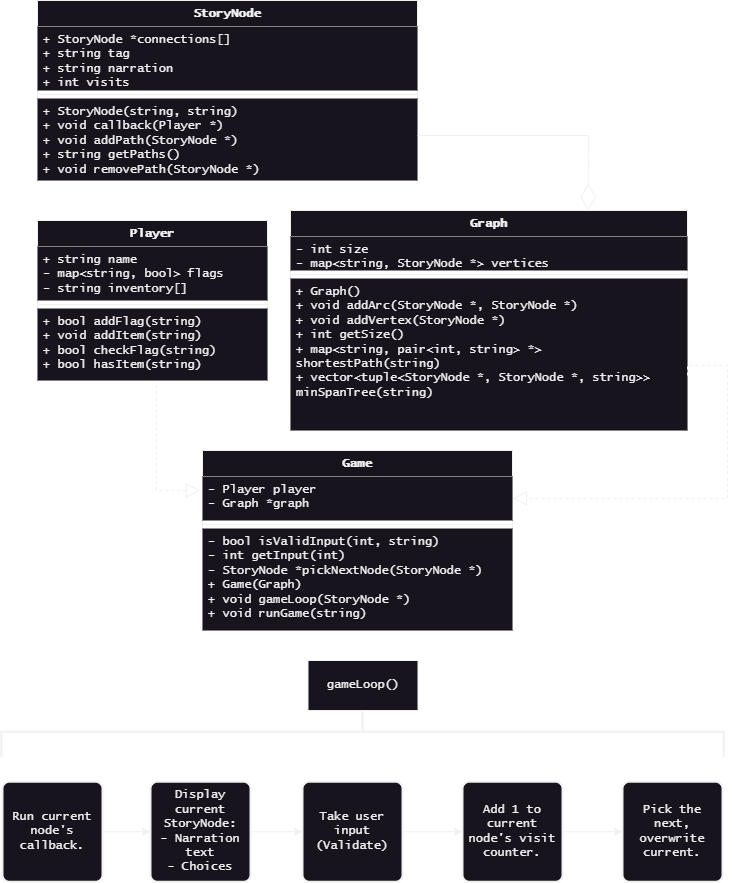
Before: readme_src/uml_design.png, a diagram exported from draw.io (crane-9/cs260). Source tidied: cells renumbered, new cells last; positions are measured from the earlier drawing's top-left corner, leaving out a move shared by most shapes.
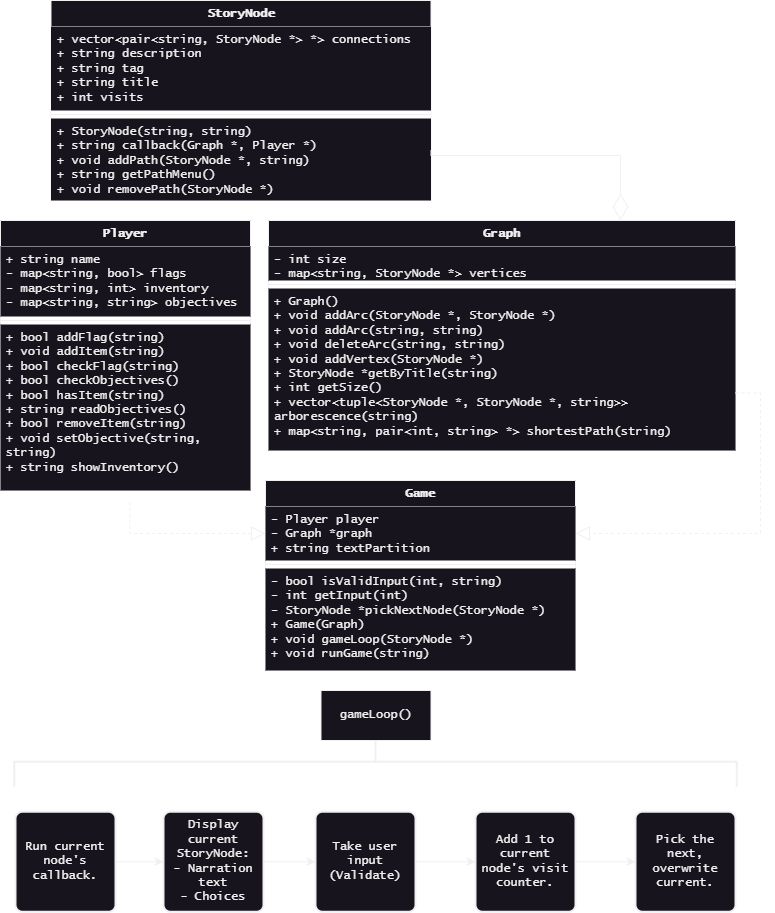
Later version of the same file.

Change to the diagram source:
```diff
@@ -3,40 +3,40 @@
     <mxCell id="0" />
     <mxCell id="1" parent="0" />
     <mxCell id="2" value="Player" style="swimlane;fontStyle=1;align=center;verticalAlign=top;horizontal=1;startSize=26;whiteSpace=wrap;html=1;fontFamily=Lucida Console;fillColor=default;" parent="1" vertex="1">
-      <mxGeometry x="35" y="220" width="230" height="160" as="geometry" />
+      <mxGeometry x="-15" y="190" width="250" height="270" as="geometry" />
     </mxCell>
-    <mxCell id="3" value="+ string name&lt;br&gt;- map&amp;lt;string, bool&amp;gt; flags&lt;br&gt;- string inventory[]" style="text;strokeColor=none;fillColor=default;align=left;verticalAlign=top;spacingLeft=4;spacingRight=4;overflow=hidden;whiteSpace=wrap;html=1;fontFamily=Lucida Console;" parent="2" vertex="1">
-      <mxGeometry y="26" width="230" height="54" as="geometry" />
+    <mxCell id="3" value="+ string name&lt;br&gt;- map&amp;lt;string, bool&amp;gt; flags&lt;br&gt;- map&amp;lt;string, int&amp;gt; inventory&lt;br&gt;- map&amp;lt;string, string&amp;gt; objectives" style="text;strokeColor=none;fillColor=default;align=left;verticalAlign=top;spacingLeft=4;spacingRight=4;overflow=hidden;whiteSpace=wrap;html=1;fontFamily=Lucida Console;" parent="2" vertex="1">
+      <mxGeometry y="26" width="250" height="70" as="geometry" />
     </mxCell>
     <mxCell id="4" style="line;strokeWidth=1;fillColor=default;align=left;verticalAlign=middle;spacingTop=-1;spacingLeft=3;spacingRight=3;labelPosition=right;strokeColor=inherit;fontFamily=Lucida Console;" parent="2" vertex="1">
-      <mxGeometry y="80" width="230" height="8" as="geometry" />
+      <mxGeometry y="96" width="250" height="8" as="geometry" />
     </mxCell>
-    <mxCell id="5" value="+ bool addFlag(string)&lt;br&gt;+ void addItem(string)&lt;br&gt;+ bool checkFlag(string)&lt;br&gt;+ bool hasItem(string)&lt;br&gt;" style="text;strokeColor=none;fillColor=default;align=left;verticalAlign=top;spacingLeft=4;spacingRight=4;overflow=hidden;points=[[0,0.5],[1,0.5]];portConstraint=eastwest;whiteSpace=wrap;html=1;fontFamily=Lucida Console;" parent="2" vertex="1">
-      <mxGeometry y="88" width="230" height="72" as="geometry" />
+    <mxCell id="5" value="+ bool addFlag(string)&lt;br&gt;+ void addItem(string)&lt;br&gt;+ bool checkFlag(string)&lt;br&gt;+ bool checkObjectives()&lt;br&gt;+ bool hasItem(string)&lt;br&gt;+ string readObjectives()&lt;br&gt;+ bool removeItem(string)&lt;br&gt;+ void setObjective(string, string)&lt;br&gt;+ string showInventory()" style="text;strokeColor=none;fillColor=default;align=left;verticalAlign=top;spacingLeft=4;spacingRight=4;overflow=hidden;points=[[0,0.5],[1,0.5]];portConstraint=eastwest;whiteSpace=wrap;html=1;fontFamily=Lucida Console;" parent="2" vertex="1">
+      <mxGeometry y="104" width="250" height="166" as="geometry" />
     </mxCell>
     <mxCell id="6" value="Graph" style="swimlane;fontStyle=1;align=center;verticalAlign=top;horizontal=1;startSize=26;whiteSpace=wrap;html=1;fontFamily=Lucida Console;fillColor=default;strokeWidth=1;" parent="1" vertex="1">
-      <mxGeometry x="288" y="210" width="397" height="220" as="geometry" />
+      <mxGeometry x="253" y="190" width="467" height="230" as="geometry" />
     </mxCell>
     <mxCell id="7" value="- int size&lt;br&gt;- map&amp;lt;string, StoryNode *&amp;gt; vertices" style="text;strokeColor=none;fillColor=default;align=left;verticalAlign=top;spacingLeft=4;spacingRight=4;overflow=hidden;whiteSpace=wrap;html=1;fontFamily=Lucida Console;strokeWidth=1;" parent="6" vertex="1">
-      <mxGeometry y="26" width="397" height="34" as="geometry" />
+      <mxGeometry y="26" width="467" height="34" as="geometry" />
     </mxCell>
     <mxCell id="8" style="line;strokeWidth=1;fillColor=default;align=left;verticalAlign=middle;spacingTop=-1;spacingLeft=3;spacingRight=3;labelPosition=right;strokeColor=inherit;fontFamily=Lucida Console;" parent="6" vertex="1">
-      <mxGeometry y="60" width="397" height="8" as="geometry" />
+      <mxGeometry y="60" width="467" height="8" as="geometry" />
     </mxCell>
-    <mxCell id="9" value="+ Graph()&lt;br&gt;+ void addArc(StoryNode *, StoryNode *)&lt;br&gt;+ void addVertex(StoryNode *)&lt;br&gt;+ int getSize()&lt;br&gt;+ map&amp;lt;string, pair&amp;lt;int, string&amp;gt; *&amp;gt; shortestPath(string)&lt;br&gt;+ vector&amp;lt;tuple&amp;lt;StoryNode *, StoryNode *, string&amp;gt;&amp;gt; minSpanTree(string)" style="text;strokeColor=none;fillColor=default;align=left;verticalAlign=top;spacingLeft=4;spacingRight=4;overflow=hidden;whiteSpace=wrap;html=1;fontFamily=Lucida Console;strokeWidth=1;" parent="6" vertex="1">
-      <mxGeometry y="68" width="397" height="152" as="geometry" />
+    <mxCell id="9" value="+ Graph()&lt;br&gt;+ void addArc(StoryNode *, StoryNode *)&lt;br&gt;+ void addArc(string, string)&lt;br&gt;+ void deleteArc(string, string)&lt;br&gt;+ void addVertex(StoryNode *)&lt;br&gt;+ StoryNode *getByTitle(string)&lt;br&gt;+ int getSize()&lt;br&gt;+ vector&amp;lt;tuple&amp;lt;StoryNode *, StoryNode *, string&amp;gt;&amp;gt; arborescence(string)&lt;br&gt;+ map&amp;lt;string, pair&amp;lt;int, string&amp;gt; *&amp;gt; shortestPath(string)" style="text;strokeColor=none;fillColor=default;align=left;verticalAlign=top;spacingLeft=4;spacingRight=4;overflow=hidden;whiteSpace=wrap;html=1;fontFamily=Lucida Console;strokeWidth=1;" parent="6" vertex="1">
+      <mxGeometry y="68" width="467" height="162" as="geometry" />
     </mxCell>
     <mxCell id="10" value="StoryNode" style="swimlane;fontStyle=1;align=center;verticalAlign=top;horizontal=1;startSize=26;whiteSpace=wrap;html=1;fontFamily=Lucida Console;fillColor=default;" parent="1" vertex="1">
-      <mxGeometry x="35" width="380" height="180" as="geometry" />
+      <mxGeometry x="35.5" y="-30" width="380" height="200" as="geometry" />
     </mxCell>
-    <mxCell id="11" value="+ StoryNode *connections[]&lt;br&gt;+ string tag&lt;br&gt;+ string narration&lt;br&gt;+ int visits" style="text;strokeColor=none;fillColor=default;align=left;verticalAlign=top;spacingLeft=4;spacingRight=4;overflow=hidden;whiteSpace=wrap;html=1;fontFamily=Lucida Console;" parent="10" vertex="1">
-      <mxGeometry y="26" width="380" height="64" as="geometry" />
+    <mxCell id="11" value="+ vector&amp;lt;pair&amp;lt;string, StoryNode *&amp;gt; *&amp;gt; connections&lt;br&gt;+ string description&lt;br&gt;+ string tag&lt;br&gt;+ string title&lt;br&gt;+ int visits" style="text;strokeColor=none;fillColor=default;align=left;verticalAlign=top;spacingLeft=4;spacingRight=4;overflow=hidden;whiteSpace=wrap;html=1;fontFamily=Lucida Console;" parent="10" vertex="1">
+      <mxGeometry y="26" width="380" height="84" as="geometry" />
     </mxCell>
     <mxCell id="12" style="line;strokeWidth=1;fillColor=default;align=left;verticalAlign=middle;spacingTop=-1;spacingLeft=3;spacingRight=3;labelPosition=right;strokeColor=inherit;fontFamily=Lucida Console;" parent="10" vertex="1">
-      <mxGeometry y="90" width="380" height="8" as="geometry" />
+      <mxGeometry y="110" width="380" height="8" as="geometry" />
     </mxCell>
-    <mxCell id="13" value="+ StoryNode(string, string)&lt;br&gt;+ void callback(Player *)&lt;br&gt;+ void addPath(StoryNode *)&lt;br&gt;+ string getPaths()&lt;br&gt;+ void removePath(StoryNode *)" style="text;strokeColor=none;fillColor=default;align=left;verticalAlign=top;spacingLeft=4;spacingRight=4;overflow=hidden;whiteSpace=wrap;html=1;fontFamily=Lucida Console;" parent="10" vertex="1">
-      <mxGeometry y="98" width="380" height="82" as="geometry" />
+    <mxCell id="13" value="+ StoryNode(string, string)&lt;br&gt;+ string callback(Graph *, Player *)&lt;br&gt;+ void addPath(StoryNode *, string)&lt;br&gt;+ string getPathMenu()&lt;br&gt;+ void removePath(StoryNode *)" style="text;strokeColor=none;fillColor=default;align=left;verticalAlign=top;spacingLeft=4;spacingRight=4;overflow=hidden;whiteSpace=wrap;html=1;fontFamily=Lucida Console;" parent="10" vertex="1">
+      <mxGeometry y="118" width="380" height="82" as="geometry" />
     </mxCell>
     <mxCell id="14" style="edgeStyle=orthogonalEdgeStyle;rounded=0;jettySize=auto;html=1;exitX=1;exitY=0.5;exitDx=0;exitDy=0;entryX=0;entryY=0.5;entryDx=0;entryDy=0;fontFamily=Lucida Console;" parent="1" edge="1" source="15" target="19">
       <mxGeometry relative="1" as="geometry" />
@@ -68,38 +68,39 @@
     <mxCell id="23" style="strokeWidth=2;html=1;shape=mxgraph.flowchart.annotation_2;align=left;labelPosition=right;rotation=90;" parent="1" vertex="1">
       <mxGeometry x="335" y="370" width="50" height="722.5" as="geometry" />
     </mxCell>
-    <mxCell id="24" style="endArrow=diamondThin;endFill=0;endSize=24;html=1;rounded=0;entryX=0.75;entryY=0;entryDx=0;entryDy=0;exitX=1;exitY=0.75;exitDx=0;exitDy=0;edgeStyle=orthogonalEdgeStyle;" parent="1" edge="1" source="10" target="6">
+    <mxCell id="24" style="endArrow=diamondThin;endFill=0;endSize=24;html=1;rounded=0;exitX=1;exitY=0.75;exitDx=0;exitDy=0;edgeStyle=orthogonalEdgeStyle;" parent="1" edge="1" source="10">
       <mxGeometry relative="1" as="geometry">
+        <mxPoint x="605" y="190" as="targetPoint" />
         <Array as="points">
-          <mxPoint x="586" y="135" />
+          <mxPoint x="416" y="125" />
+          <mxPoint x="605" y="125" />
         </Array>
       </mxGeometry>
     </mxCell>
     <mxCell id="25" value="Game" style="swimlane;fontStyle=1;align=center;verticalAlign=top;horizontal=1;startSize=26;whiteSpace=wrap;html=1;fontFamily=Lucida Console;fillColor=default;" parent="1" vertex="1">
-      <mxGeometry x="200" y="450" width="310" height="180" as="geometry" />
+      <mxGeometry x="250" y="450" width="310" height="190" as="geometry" />
     </mxCell>
-    <mxCell id="26" value="- Player player&lt;br&gt;- Graph *graph" style="text;strokeColor=none;fillColor=default;align=left;verticalAlign=top;spacingLeft=4;spacingRight=4;overflow=hidden;points=[[0,0.5],[1,0.5]];portConstraint=eastwest;whiteSpace=wrap;html=1;fontFamily=Lucida Console;labelBackgroundColor=none;" parent="25" vertex="1">
-      <mxGeometry y="26" width="310" height="44" as="geometry" />
+    <mxCell id="26" value="- Player player&lt;br&gt;- Graph *graph&lt;br&gt;+ string textPartition" style="text;strokeColor=none;fillColor=default;align=left;verticalAlign=top;spacingLeft=4;spacingRight=4;overflow=hidden;points=[[0,0.5],[1,0.5]];portConstraint=eastwest;whiteSpace=wrap;html=1;fontFamily=Lucida Console;labelBackgroundColor=none;" parent="25" vertex="1">
+      <mxGeometry y="26" width="310" height="54" as="geometry" />
     </mxCell>
     <mxCell id="27" style="line;strokeWidth=1;fillColor=none;align=left;verticalAlign=middle;spacingTop=-1;spacingLeft=3;spacingRight=3;labelPosition=right;strokeColor=inherit;fontFamily=Lucida Console;" parent="25" vertex="1">
-      <mxGeometry y="70" width="310" height="8" as="geometry" />
+      <mxGeometry y="80" width="310" height="8" as="geometry" />
     </mxCell>
     <mxCell id="28" value="- bool isValidInput(int, string)&lt;br&gt;- int getInput(int)&lt;br&gt;- StoryNode *pickNextNode(StoryNode *)&lt;br&gt;+ Game(Graph)&lt;br&gt;+ void gameLoop(StoryNode *)&lt;br&gt;+ void runGame(string)" style="text;strokeColor=none;fillColor=default;align=left;verticalAlign=top;spacingLeft=4;spacingRight=4;overflow=hidden;whiteSpace=wrap;html=1;fontFamily=Lucida Console;labelBackgroundColor=none;" parent="25" vertex="1">
-      <mxGeometry y="78" width="310" height="102" as="geometry" />
+      <mxGeometry y="88" width="310" height="102" as="geometry" />
     </mxCell>
-    <mxCell id="29" style="endArrow=block;dashed=1;endFill=0;endSize=12;html=1;rounded=0;exitX=0.517;exitY=1.069;exitDx=0;exitDy=0;exitPerimeter=0;entryX=-0.007;entryY=0.318;entryDx=0;entryDy=0;entryPerimeter=0;edgeStyle=orthogonalEdgeStyle;" parent="1" edge="1" source="5" target="26">
+    <mxCell id="29" style="endArrow=block;dashed=1;endFill=0;endSize=12;html=1;rounded=0;exitX=0.517;exitY=1.069;exitDx=0;exitDy=0;exitPerimeter=0;entryX=0;entryY=0.5;entryDx=0;entryDy=0;edgeStyle=orthogonalEdgeStyle;" parent="1" edge="1" source="5" target="26">
       <mxGeometry relative="1" as="geometry">
         <Array as="points">
-          <mxPoint x="154" y="490" />
+          <mxPoint x="114" y="503" />
         </Array>
       </mxGeometry>
     </mxCell>
     <mxCell id="30" style="endArrow=block;dashed=1;endFill=0;endSize=12;html=1;rounded=0;entryX=1;entryY=0.5;entryDx=0;entryDy=0;exitX=1;exitY=0.75;exitDx=0;exitDy=0;edgeStyle=orthogonalEdgeStyle;" parent="1" edge="1" source="6" target="26">
       <mxGeometry relative="1" as="geometry">
         <Array as="points">
-          <mxPoint x="685" y="365" />
-          <mxPoint x="725" y="365" />
-          <mxPoint x="725" y="498" />
+          <mxPoint x="745" y="363" />
+          <mxPoint x="745" y="503" />
         </Array>
       </mxGeometry>
     </mxCell>
```
